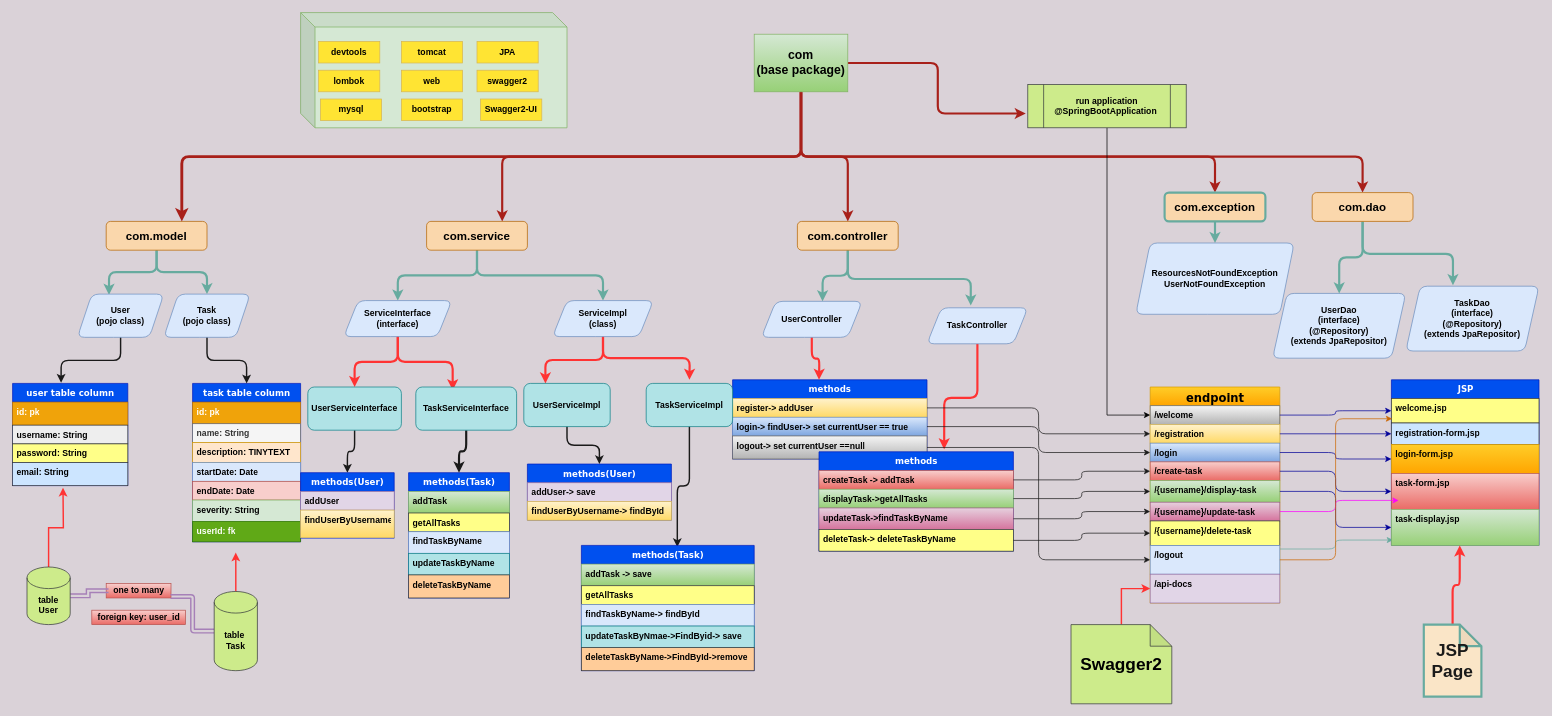
Above: Untitled Diagram.drawio in chefvivica/all-charts-repo (draw.io), before the change. Source tidied: cells renumbered, new cells numbered last; positions are measured from the earlier drawing's top-left corner, leaving out a move shared by most shapes. Both pictures are drawn from the tidied source at 72%, with x=0, y=0 at pixel (12, 12).
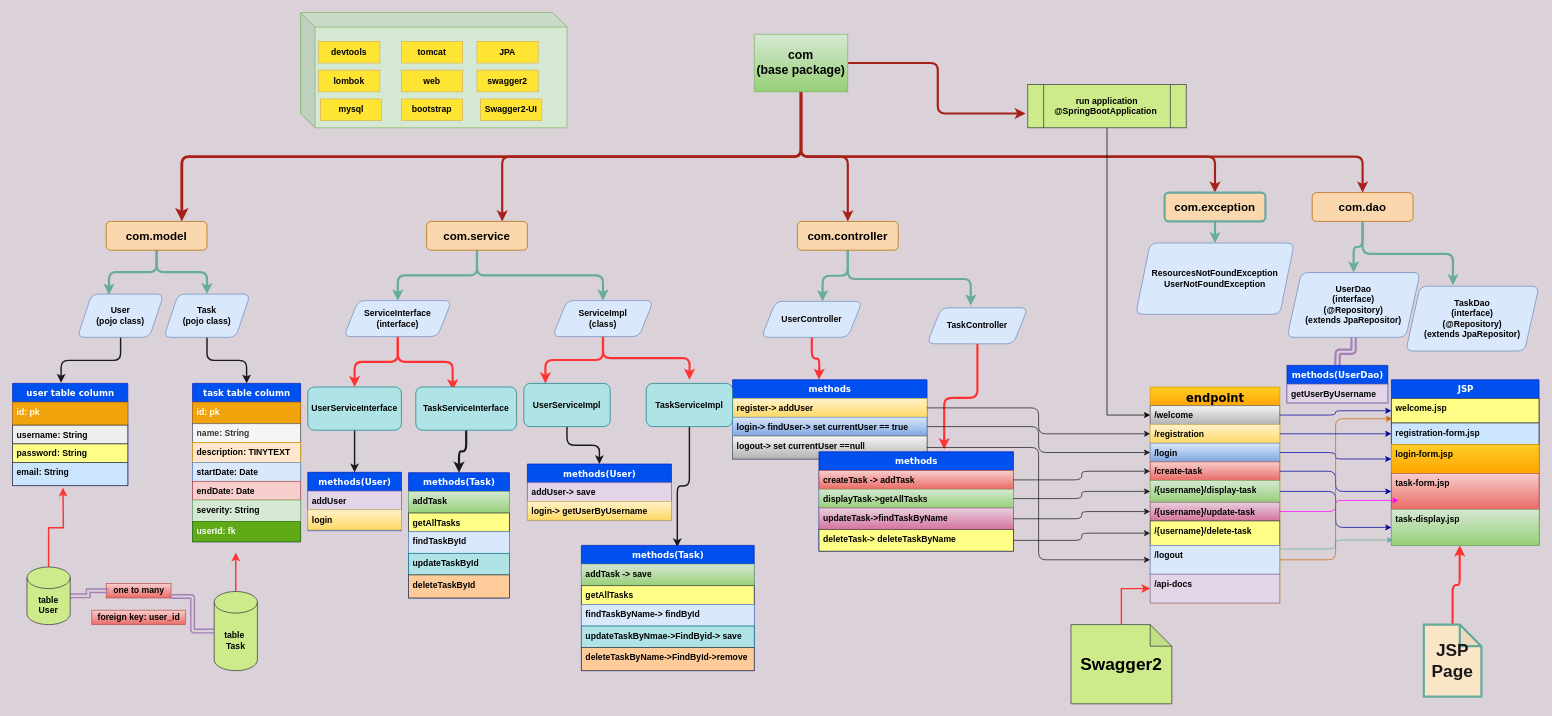
The same diagram, later.

Unchanged cells that the change refers to:
```xml
<mxCell id="64" value="methods(Task)" style="swimlane;html=1;fontStyle=1;align=center;verticalAlign=top;horizontal=1;startSize=26;swimlaneFillColor=#ffffff;rounded=0;shadow=0;comic=0;labelBackgroundColor=none;strokeWidth=1;fillColor=#0050ef;fontFamily=Verdana;fontSize=12;strokeColor=#001DBC;fontColor=#ffffff;" parent="1" vertex="1">
  <mxGeometry x="550" y="639" width="140" height="174" as="geometry" />
</mxCell>
<mxCell id="74" value="methods(User)" style="swimlane;html=1;fontStyle=1;align=center;verticalAlign=top;horizontal=1;startSize=26;swimlaneFillColor=#ffffff;rounded=0;shadow=0;comic=0;labelBackgroundColor=none;strokeWidth=1;fillColor=#0050ef;fontFamily=Verdana;fontSize=12;strokeColor=#001DBC;fontColor=#ffffff;" parent="1" vertex="1">
  <mxGeometry x="715" y="627" width="200" height="78" as="geometry" />
</mxCell>
```

What changed in the source:
```diff
@@
+    <mxCell id="143" style="edgeStyle=orthogonalEdgeStyle;shape=link;curved=1;jettySize=auto;html=1;strokeColor=#A680B8;strokeWidth=3;fontSize=16;" parent="1" edge="1" source="36">
+      <mxGeometry relative="1" as="geometry">
+        <mxPoint x="1840" y="490" as="targetPoint" />
+      </mxGeometry>
+    </mxCell>
     <mxCell id="36" value="&lt;span&gt;UserDao&lt;br&gt;(interface)&lt;br&gt;&lt;/span&gt;&lt;span&gt;(@Repository)&lt;/span&gt;&lt;br&gt;&lt;span&gt;(&lt;/span&gt;&lt;span&gt;&lt;span&gt;extends JpaRepositor)&lt;/span&gt;&lt;/span&gt;" style="shape=parallelogram;perimeter=parallelogramPerimeter;whiteSpace=wrap;html=1;fixedSize=1;rounded=1;strokeColor=#6c8ebf;fillColor=#dae8fc;sketch=0;fontStyle=1;" parent="1" vertex="1">
-      <mxGeometry x="1750" y="390" width="185" height="90" as="geometry" />
+      <mxGeometry x="1770" y="361" width="185" height="90" as="geometry" />
     </mxCell>
@@
-    <mxCell id="67" value="findTaskByName" style="text;html=1;strokeColor=#6c8ebf;fillColor=#dae8fc;align=left;verticalAlign=top;spacingLeft=4;spacingRight=4;whiteSpace=wrap;overflow=hidden;fontStyle=1;" parent="64" vertex="1">
+    <mxCell id="67" value="findTaskById" style="text;html=1;strokeColor=#6c8ebf;fillColor=#dae8fc;align=left;verticalAlign=top;spacingLeft=4;spacingRight=4;whiteSpace=wrap;overflow=hidden;fontStyle=1;" parent="64" vertex="1">
       <mxGeometry y="82" width="140" height="30" as="geometry" />
     </mxCell>
-    <mxCell id="68" value="updateTaskByName" style="text;html=1;strokeColor=#0e8088;fillColor=#b0e3e6;align=left;verticalAlign=top;spacingLeft=4;spacingRight=4;whiteSpace=wrap;overflow=hidden;fontStyle=1;" parent="64" vertex="1">
+    <mxCell id="68" value="updateTaskById" style="text;html=1;strokeColor=#0e8088;fillColor=#b0e3e6;align=left;verticalAlign=top;spacingLeft=4;spacingRight=4;whiteSpace=wrap;overflow=hidden;fontStyle=1;" parent="64" vertex="1">
       <mxGeometry y="112" width="140" height="30" as="geometry" />
     </mxCell>
-    <mxCell id="69" value="deleteTaskByName" style="text;html=1;strokeColor=#36393d;fillColor=#ffcc99;align=left;verticalAlign=top;spacingLeft=4;spacingRight=4;whiteSpace=wrap;overflow=hidden;fontStyle=1;" parent="64" vertex="1">
+    <mxCell id="69" value="deleteTaskById" style="text;html=1;strokeColor=#36393d;fillColor=#ffcc99;align=left;verticalAlign=top;spacingLeft=4;spacingRight=4;whiteSpace=wrap;overflow=hidden;fontStyle=1;" parent="64" vertex="1">
       <mxGeometry y="142" width="140" height="32" as="geometry" />
     </mxCell>
@@
-    <mxCell id="76" value="findUserByUsername-&amp;gt; findById" style="text;html=1;strokeColor=#d6b656;fillColor=#fff2cc;align=left;verticalAlign=top;spacingLeft=4;spacingRight=4;whiteSpace=wrap;overflow=hidden;gradientColor=#ffd966;fontStyle=1;" parent="74" vertex="1">
+    <mxCell id="76" value="login-&amp;gt; getUserByUsername" style="text;html=1;strokeColor=#d6b656;fillColor=#fff2cc;align=left;verticalAlign=top;spacingLeft=4;spacingRight=4;whiteSpace=wrap;overflow=hidden;gradientColor=#ffd966;fontStyle=1;" parent="74" vertex="1">
       <mxGeometry y="52" width="200" height="26" as="geometry" />
     </mxCell>
@@
     <mxCell id="86" value="methods(User)" style="swimlane;html=1;fontStyle=1;align=center;verticalAlign=top;horizontal=1;startSize=26;swimlaneFillColor=#ffffff;rounded=0;shadow=0;comic=0;labelBackgroundColor=none;strokeWidth=1;fillColor=#0050ef;fontFamily=Verdana;fontSize=12;strokeColor=#001DBC;fontColor=#ffffff;" parent="1" vertex="1">
-      <mxGeometry x="400" y="639" width="130" height="91" as="geometry" />
+      <mxGeometry x="410" y="638.5" width="130" height="81" as="geometry" />
     </mxCell>
@@
-    <mxCell id="88" value="findUserByUsername" style="text;html=1;strokeColor=#d6b656;fillColor=#fff2cc;align=left;verticalAlign=top;spacingLeft=4;spacingRight=4;whiteSpace=wrap;overflow=hidden;gradientColor=#ffd966;fontStyle=1;" parent="86" vertex="1">
-      <mxGeometry y="52" width="130" height="38" as="geometry" />
+    <mxCell id="88" value="login" style="text;html=1;strokeColor=#d6b656;fillColor=#fff2cc;align=left;verticalAlign=top;spacingLeft=4;spacingRight=4;whiteSpace=wrap;overflow=hidden;gradientColor=#ffd966;fontStyle=1;" parent="86" vertex="1">
+      <mxGeometry y="52" width="130" height="28" as="geometry" />
     </mxCell>
@@
+    <mxCell id="144" value="methods(UserDao)" style="swimlane;html=1;fontStyle=1;align=center;verticalAlign=top;horizontal=1;startSize=26;swimlaneFillColor=#ffffff;rounded=0;shadow=0;comic=0;labelBackgroundColor=none;strokeWidth=1;fillColor=#0050ef;fontFamily=Verdana;fontSize=12;strokeColor=#001DBC;fontColor=#ffffff;" parent="1" vertex="1">
+      <mxGeometry x="1770" y="490" width="140" height="52" as="geometry" />
+    </mxCell>
+    <mxCell id="145" value="getUserByUsername" style="text;html=1;strokeColor=#9673a6;fillColor=#e1d5e7;align=left;verticalAlign=top;spacingLeft=4;spacingRight=4;whiteSpace=wrap;overflow=hidden;fontStyle=1;" parent="144" vertex="1">
+      <mxGeometry y="26" width="140" height="26" as="geometry" />
+    </mxCell>
```
